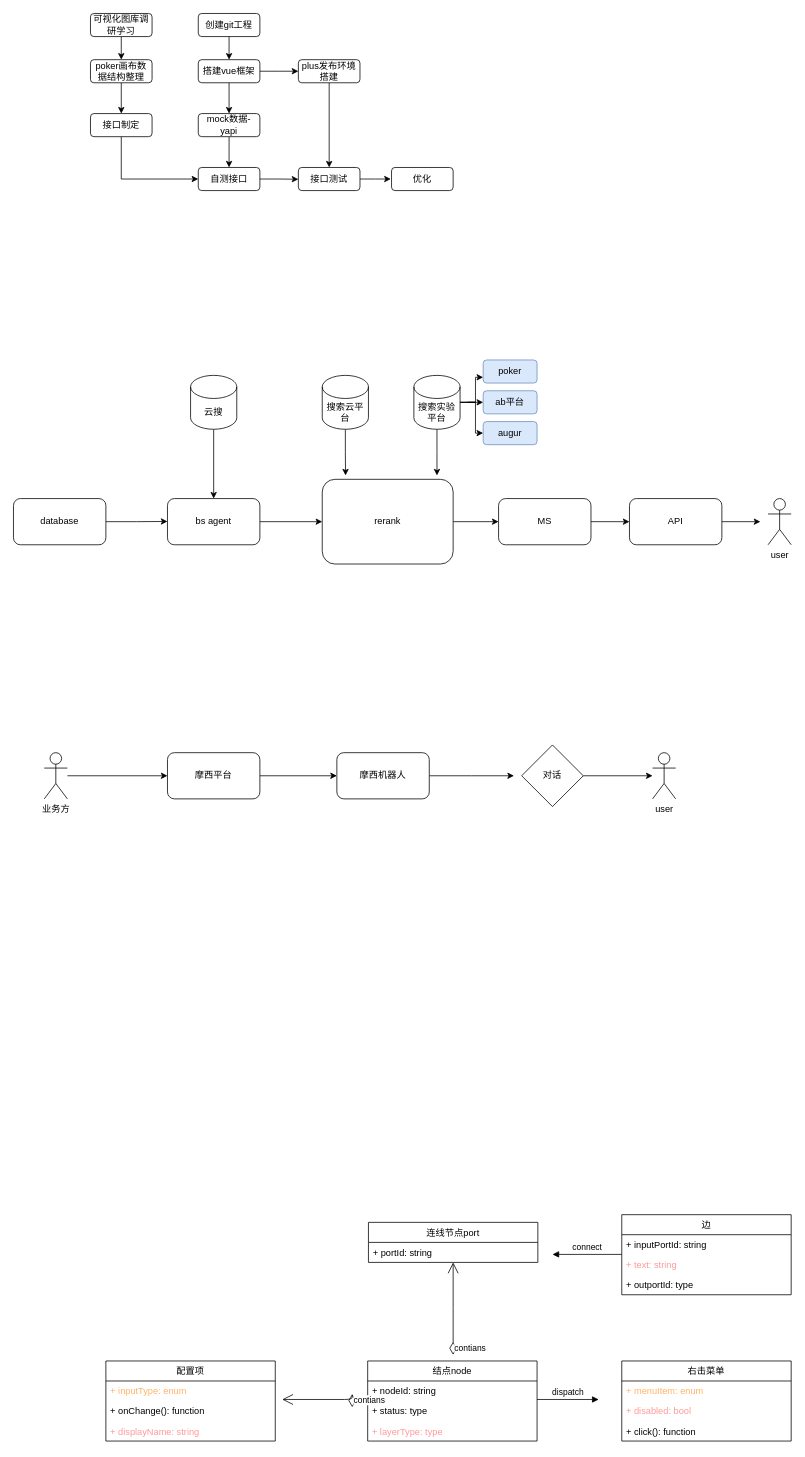
Above: Untitled Diagram.drawio in GreyFossssssss/demos (draw.io), before the change. Source tidied: cells renumbered, new cells numbered last; positions are measured from the earlier drawing's top-left corner, leaving out a move shared by most shapes. Both pictures are drawn from the tidied source at 77%, with x=0, y=0 at pixel (13, 13).
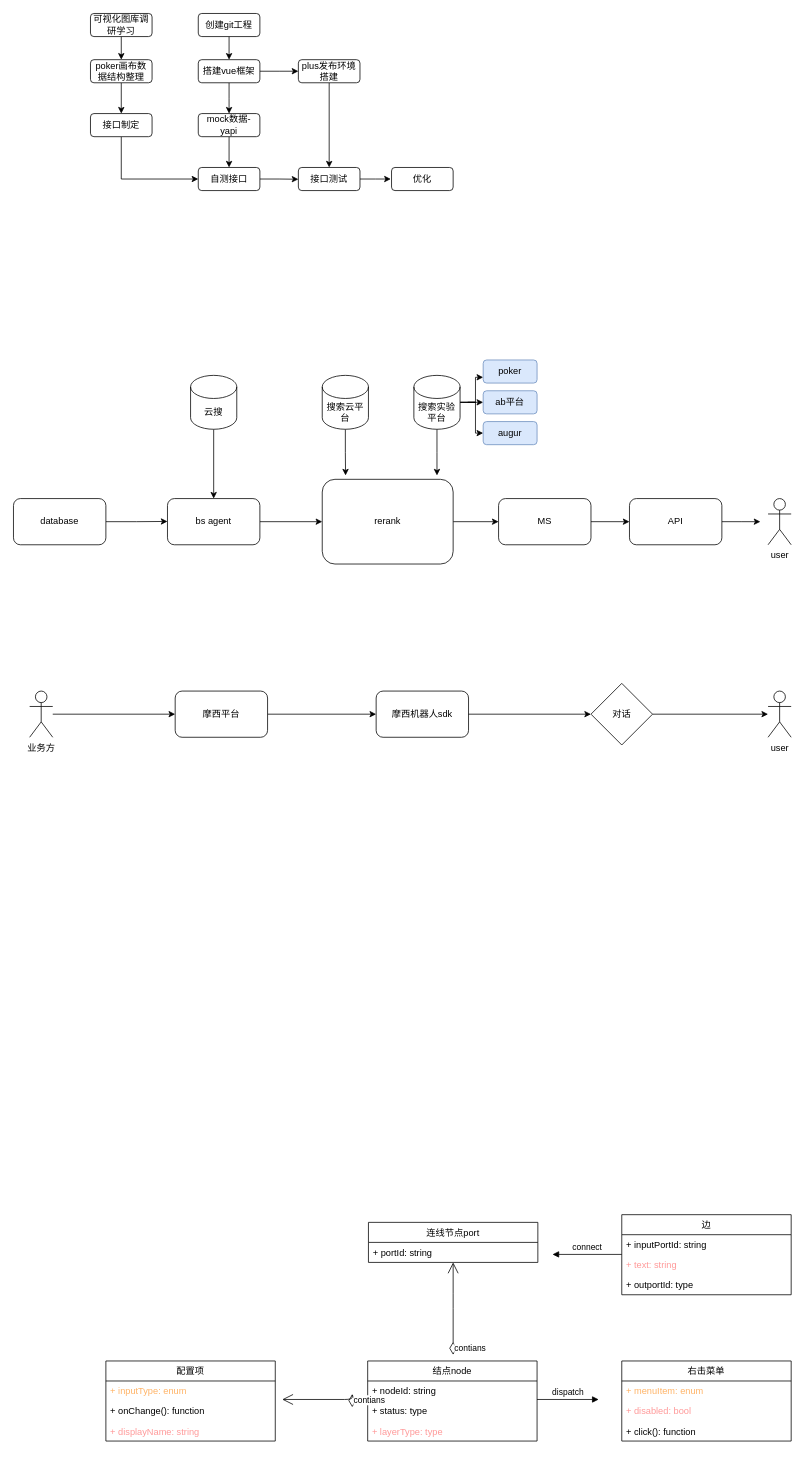
Above is the later version.

What changed in the source:
```diff
@@
     <mxCell id="43" value="摩西平台" style="rounded=1;whiteSpace=wrap;html=1;" parent="1" vertex="1">
-      <mxGeometry x="200" y="960" width="120" height="60" as="geometry" />
+      <mxGeometry x="210" y="880" width="120" height="60" as="geometry" />
     </mxCell>
-    <mxCell id="44" style="edgeStyle=orthogonalEdgeStyle;rounded=0;jettySize=auto;html=1;" parent="1" edge="1" source="45">
-      <mxGeometry relative="1" as="geometry">
-        <mxPoint x="650" y="990" as="targetPoint" />
-      </mxGeometry>
-    </mxCell>
-    <mxCell id="45" value="摩西机器人" style="rounded=1;whiteSpace=wrap;html=1;" parent="1" vertex="1">
-      <mxGeometry x="420" y="960" width="120" height="60" as="geometry" />
+    <mxCell id="45" value="摩西机器人sdk" style="rounded=1;whiteSpace=wrap;html=1;" parent="1" vertex="1">
+      <mxGeometry x="471" y="880" width="120" height="60" as="geometry" />
     </mxCell>
@@
     <mxCell id="47" value="业务方" style="shape=umlActor;verticalLabelPosition=bottom;verticalAlign=top;html=1;outlineConnect=0;" parent="1" vertex="1">
-      <mxGeometry x="40" y="960" width="30" height="60" as="geometry" />
+      <mxGeometry x="21" y="880" width="30" height="60" as="geometry" />
     </mxCell>
     <mxCell id="48" value="user" style="shape=umlActor;verticalLabelPosition=bottom;verticalAlign=top;html=1;outlineConnect=0;" parent="1" vertex="1">
-      <mxGeometry x="830" y="960" width="30" height="60" as="geometry" />
+      <mxGeometry x="980" y="880" width="30" height="60" as="geometry" />
     </mxCell>
@@
     <mxCell id="53" value="对话" style="rhombus;whiteSpace=wrap;html=1;" parent="1" vertex="1">
-      <mxGeometry x="660" y="950" width="80" height="80" as="geometry" />
+      <mxGeometry x="750" y="870" width="80" height="80" as="geometry" />
     </mxCell>
@@
+    <mxCell id="76" style="endArrow=classic;html=1;exitX=1;exitY=0.5;exitDx=0;exitDy=0;" parent="1" edge="1" source="45" target="53">
+      <mxGeometry relative="1" as="geometry" />
+    </mxCell>
```
